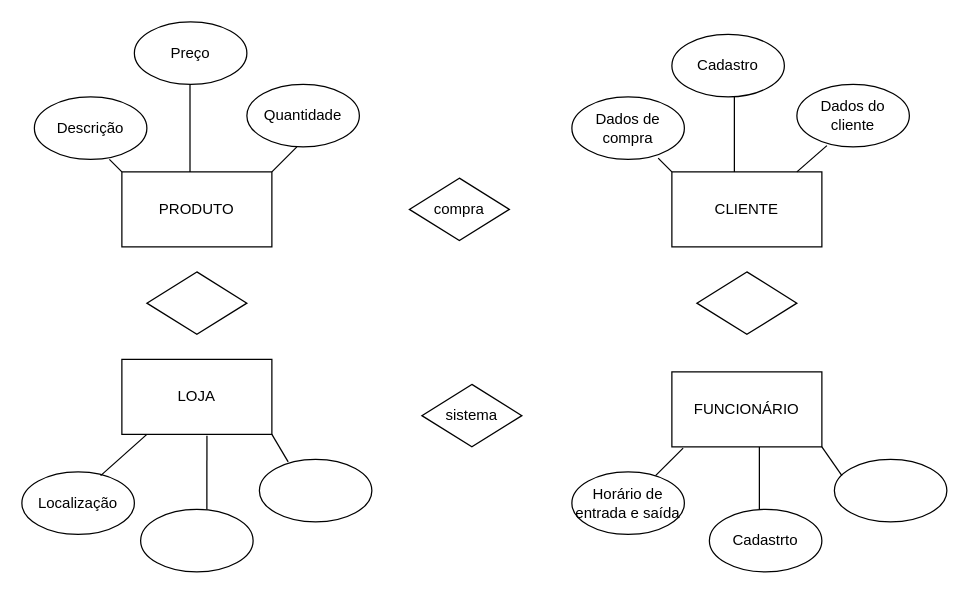
Before: Untitled Diagram.drawio in joao-mello10/joao3info, a draw.io diagram. Source tidied: cells renumbered, new cells numbered last; positions are measured from the earlier drawing's top-left corner, leaving out a move shared by most shapes. Both pictures are drawn from the tidied source at 125%, with x=0, y=0 at pixel (21, 21).
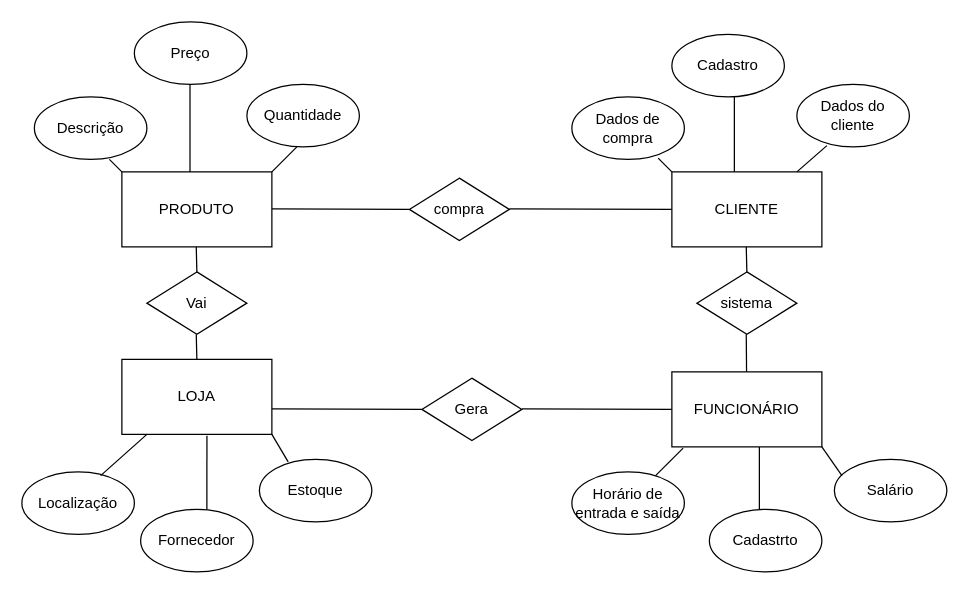
The same diagram, later.

Unchanged cells that the change refers to:
```xml
<mxCell id="10" value="CLIENTE" style="rounded=0;whiteSpace=wrap;html=1;" parent="1" vertex="1">
  <mxGeometry x="520" y="120" width="120" height="60" as="geometry" />
</mxCell>
<mxCell id="14" value="FUNCIONÁRIO" style="rounded=0;whiteSpace=wrap;html=1;" parent="1" vertex="1">
  <mxGeometry x="520" y="280" width="120" height="60" as="geometry" />
</mxCell>
<mxCell id="20" value="compra" style="rhombus;whiteSpace=wrap;html=1;" parent="1" vertex="1">
  <mxGeometry x="310" y="125" width="80" height="50" as="geometry" />
</mxCell>
```

The edit, as a diff of the source:
```diff
@@
-    <mxCell id="7" style="ellipse;whiteSpace=wrap;html=1;" parent="1" vertex="1">
+    <mxCell id="7" value="Estoque" style="ellipse;whiteSpace=wrap;html=1;" parent="1" vertex="1">
       <mxGeometry x="190" y="350" width="90" height="50" as="geometry" />
     </mxCell>
@@
-    <mxCell id="9" style="ellipse;whiteSpace=wrap;html=1;" parent="1" vertex="1">
+    <mxCell id="9" value="Fornecedor" style="ellipse;whiteSpace=wrap;html=1;" parent="1" vertex="1">
       <mxGeometry x="95" y="390" width="90" height="50" as="geometry" />
     </mxCell>
@@
-    <mxCell id="17" style="ellipse;whiteSpace=wrap;html=1;" parent="1" vertex="1">
+    <mxCell id="17" value="Salário" style="ellipse;whiteSpace=wrap;html=1;" parent="1" vertex="1">
       <mxGeometry x="650" y="350" width="90" height="50" as="geometry" />
     </mxCell>
-    <mxCell id="18" style="rhombus;whiteSpace=wrap;html=1;" parent="1" vertex="1">
+    <mxCell id="18" value="Vai" style="rhombus;whiteSpace=wrap;html=1;" parent="1" vertex="1">
       <mxGeometry x="100" y="200" width="80" height="50" as="geometry" />
     </mxCell>
     <mxCell id="19" value="sistema" style="rhombus;whiteSpace=wrap;html=1;" parent="1" vertex="1">
-      <mxGeometry x="320" y="290" width="80" height="50" as="geometry" />
+      <mxGeometry x="540" y="200" width="80" height="50" as="geometry" />
     </mxCell>
@@
-    <mxCell id="21" style="rhombus;whiteSpace=wrap;html=1;" parent="1" vertex="1">
-      <mxGeometry x="540" y="200" width="80" height="50" as="geometry" />
-    </mxCell>
@@
+    <mxCell id="34" value="Gera" style="rhombus;whiteSpace=wrap;html=1;" parent="1" vertex="1">
+      <mxGeometry x="320" y="285" width="80" height="50" as="geometry" />
+    </mxCell>
+    <mxCell id="35" style="endArrow=none;html=1;" parent="1" edge="1">
+      <mxGeometry relative="1" as="geometry">
+        <mxPoint x="140" y="270" as="sourcePoint" />
+        <mxPoint x="139.5" y="250" as="targetPoint" />
+      </mxGeometry>
+    </mxCell>
+    <mxCell id="36" style="endArrow=none;html=1;" parent="1" edge="1">
+      <mxGeometry relative="1" as="geometry">
+        <mxPoint x="140" y="200" as="sourcePoint" />
+        <mxPoint x="139.5" y="180" as="targetPoint" />
+      </mxGeometry>
+    </mxCell>
+    <mxCell id="37" style="endArrow=none;html=1;entryX=0;entryY=0.5;entryDx=0;entryDy=0;" parent="1" edge="1" target="34">
+      <mxGeometry relative="1" as="geometry">
+        <mxPoint x="200" y="309.5" as="sourcePoint" />
+      </mxGeometry>
+    </mxCell>
+    <mxCell id="38" style="endArrow=none;html=1;entryX=0;entryY=0.5;entryDx=0;entryDy=0;" parent="1" edge="1" target="14">
+      <mxGeometry relative="1" as="geometry">
+        <mxPoint x="400" y="309.5" as="sourcePoint" />
+      </mxGeometry>
+    </mxCell>
+    <mxCell id="39" style="endArrow=none;html=1;entryX=0;entryY=0.5;entryDx=0;entryDy=0;" parent="1" edge="1" target="20">
+      <mxGeometry relative="1" as="geometry">
+        <mxPoint x="200" y="149.5" as="sourcePoint" />
+      </mxGeometry>
+    </mxCell>
+    <mxCell id="40" style="endArrow=none;html=1;entryX=0;entryY=0.5;entryDx=0;entryDy=0;" parent="1" edge="1" target="10">
+      <mxGeometry relative="1" as="geometry">
+        <mxPoint x="390" y="149.5" as="sourcePoint" />
+      </mxGeometry>
+    </mxCell>
+    <mxCell id="41" style="endArrow=none;html=1;" parent="1" edge="1" source="14">
+      <mxGeometry relative="1" as="geometry">
+        <mxPoint x="579.5" y="250" as="targetPoint" />
+      </mxGeometry>
+    </mxCell>
+    <mxCell id="42" style="endArrow=none;html=1;" parent="1" edge="1">
+      <mxGeometry relative="1" as="geometry">
+        <mxPoint x="580" y="200" as="sourcePoint" />
+        <mxPoint x="579.5" y="180" as="targetPoint" />
+      </mxGeometry>
+    </mxCell>
```
